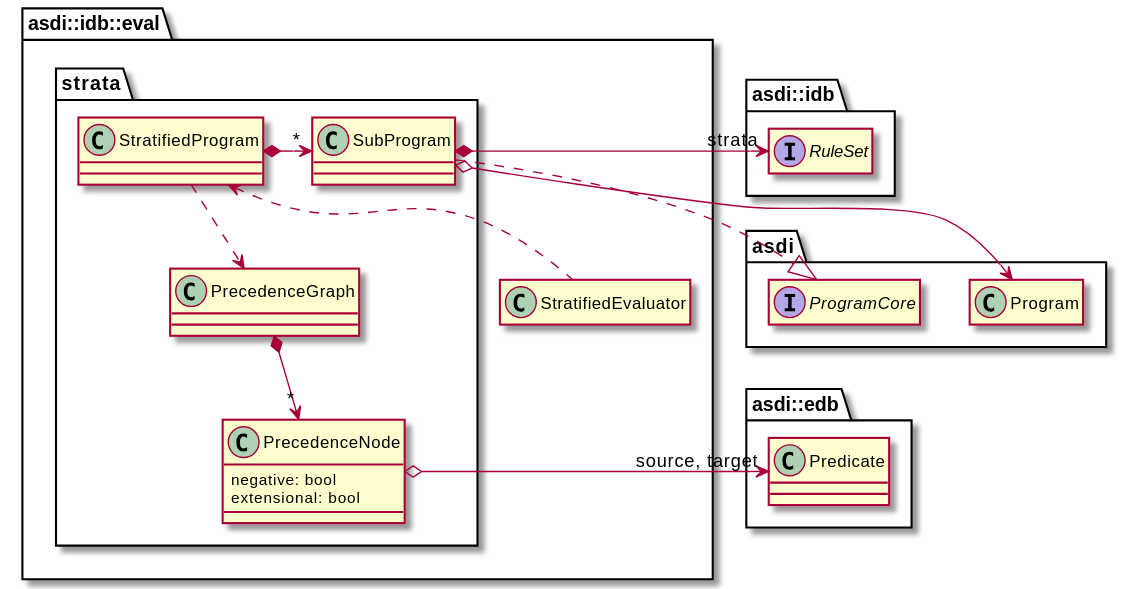
johnstonskj/rust-asdi keeps this PlantUML diagram as book/src/model/idb_eval_strata.svg. Above is the earlier version. The source it was exported from:
```plantuml
@startuml

!include options.plantuml

class asdi::Program
hide "asdi::Program" members

interface asdi::ProgramCore
hide "asdi::ProgramCore" members

interface asdi::idb::RuleSet
hide "asdi::idb::RuleSet" members

class asdi::idb::eval::StratifiedEvaluator
hide "asdi::idb::eval::StratifiedEvaluator" members

namespace asdi::idb::eval::strata {
    class SubProgram

    class PrecedenceGraph
    class PrecedenceNode {
        negative: bool
        extensional: bool
    }
    class StratifiedProgram

    PrecedenceGraph *-down-> "*" PrecedenceNode
    PrecedenceNode o-> "source, target" asdi::edb::Predicate

    StratifiedProgram *-> "*" SubProgram
    StratifiedProgram <.. asdi::idb::eval::StratifiedEvaluator
    StratifiedProgram ..> PrecedenceGraph

    SubProgram o-> asdi::Program
    SubProgram *-> "strata" asdi::idb::RuleSet
    SubProgram ..|> asdi::ProgramCore

}

@enduml
```
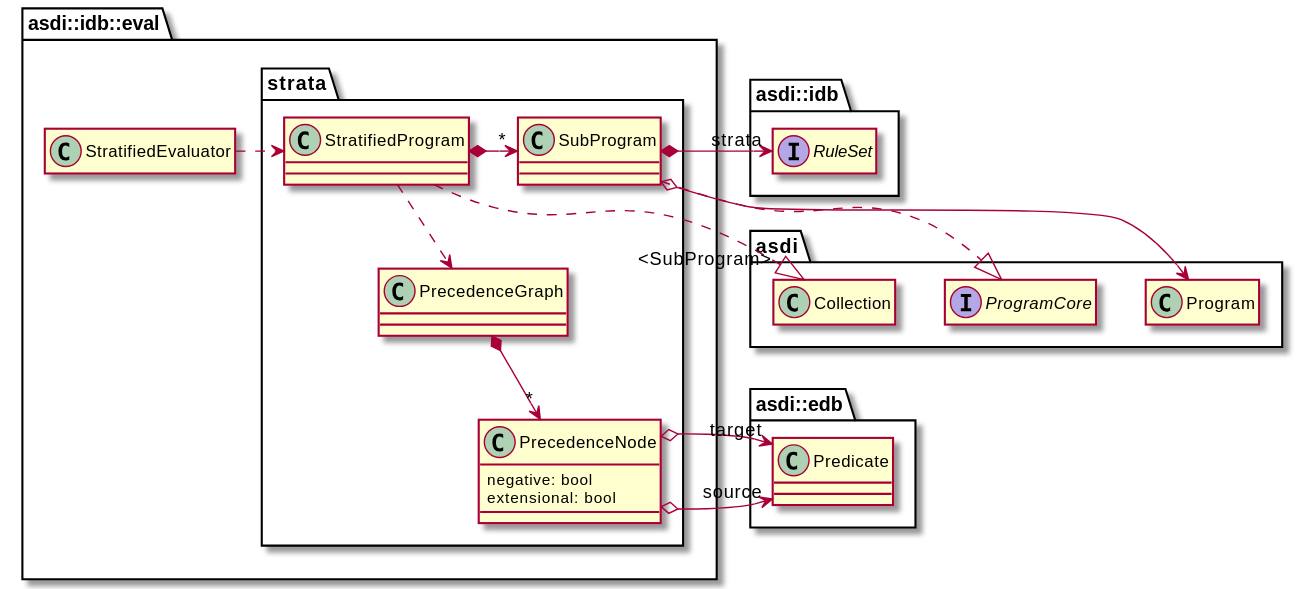
Above is the later version.

What changed in the source:
```diff
@@ -1,6 +1,9 @@
 @startuml
 
 !include options.plantuml
+
+class asdi::Collection
+hide "asdi::Collection" members
 
 class asdi::Program
 hide "asdi::Program" members
@@ -25,10 +28,12 @@
     class StratifiedProgram
 
     PrecedenceGraph *-down-> "*" PrecedenceNode
-    PrecedenceNode o-> "source, target" asdi::edb::Predicate
+    PrecedenceNode o-> "source" asdi::edb::Predicate
+    PrecedenceNode o-> "target" asdi::edb::Predicate
 
+    StratifiedProgram ..|> "<SubProgram>" asdi::Collection
     StratifiedProgram *-> "*" SubProgram
-    StratifiedProgram <.. asdi::idb::eval::StratifiedEvaluator
+    StratifiedProgram <.left. asdi::idb::eval::StratifiedEvaluator
     StratifiedProgram ..> PrecedenceGraph
 
     SubProgram o-> asdi::Program
```
